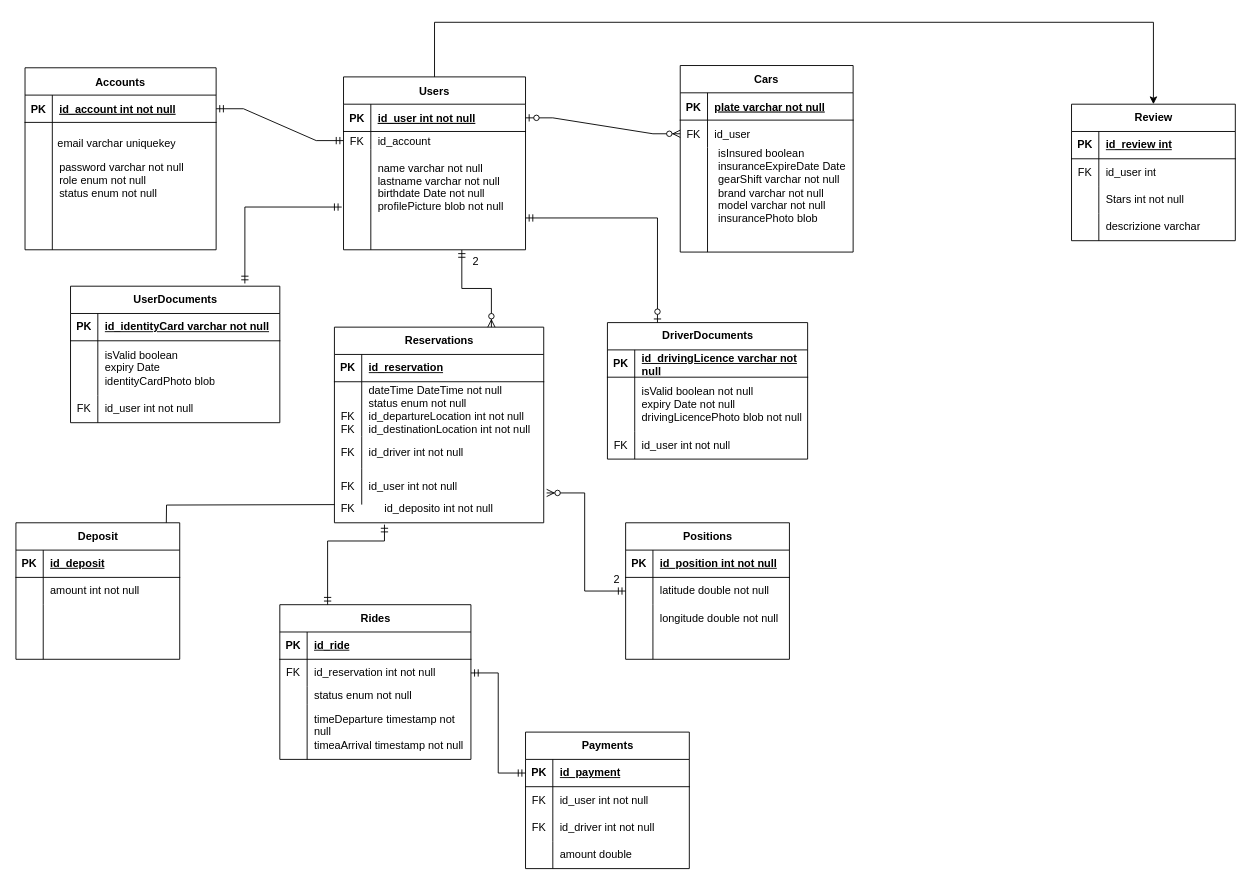
alfacorso2024Settembre/MyPersonalDriver keeps this draw.io diagram as Documentazione/Entity-Relation/ERDiagramDetailed.drawio. Above is the earlier version. Source tidied: cells renumbered, new cells numbered last; positions are measured from the earlier drawing's top-left corner, leaving out a move shared by most shapes. Both pictures are drawn from the tidied source at 91%, with x=0, y=0 at pixel (15, 22).
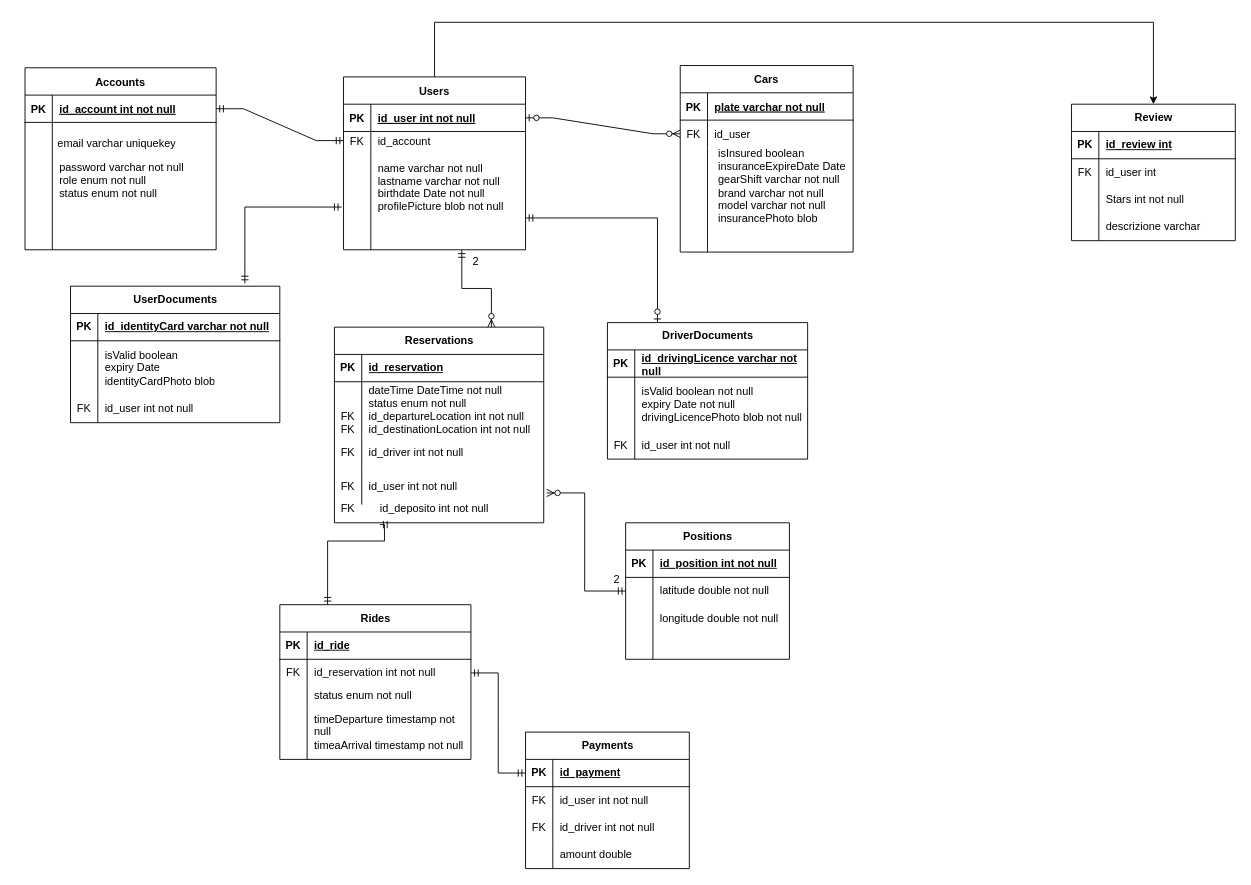
Above is the later version.

Commit message:
deposit attribute

Diff of the diagram source:
```diff
@@
-    <mxCell id="127" style="edgeStyle=orthogonalEdgeStyle;rounded=0;orthogonalLoop=1;jettySize=auto;html=1;entryX=1;entryY=0.5;entryDx=0;entryDy=0;" parent="1" edge="1">
-      <mxGeometry relative="1" as="geometry">
-        <mxPoint x="350" y="530" as="sourcePoint" />
-        <mxPoint x="165" y="575" as="targetPoint" />
-      </mxGeometry>
-    </mxCell>
@@
     <mxCell id="129" value="id_deposito int not null" style="text;html=1;align=center;verticalAlign=middle;whiteSpace=wrap;rounded=0;" parent="1" vertex="1">
-      <mxGeometry x="380" y="520" width="170" height="30" as="geometry" />
+      <mxGeometry x="375" y="520" width="170" height="30" as="geometry" />
     </mxCell>
-    <mxCell id="130" value="Deposit" style="shape=table;startSize=30;childLayout=tableLayout;rowLines=0;fontStyle=1;align=center;html=1;" parent="1" vertex="1">
-      <mxGeometry y="550" width="180" height="150" as="geometry" />
-    </mxCell>
-    <mxCell id="131" style="shape=tableRow;horizontal=0;startSize=0;swimlaneHead=0;swimlaneBody=0;fillColor=none;top=0;left=0;right=0;bottom=1;" parent="130" vertex="1">
-      <mxGeometry y="30" width="180" height="30" as="geometry" />
-    </mxCell>
-    <mxCell id="132" value="PK" style="shape=partialRectangle;fillColor=none;top=0;left=0;bottom=0;right=0;fontStyle=1;overflow=hidden;whiteSpace=wrap;html=1;" parent="131" vertex="1">
-      <mxGeometry width="30" height="30" as="geometry" />
-    </mxCell>
-    <mxCell id="133" value="id_deposit" style="shape=partialRectangle;fillColor=none;top=0;left=0;bottom=0;right=0;align=left;spacingLeft=6;fontStyle=5;overflow=hidden;whiteSpace=wrap;html=1;" parent="131" vertex="1">
-      <mxGeometry x="30" width="150" height="30" as="geometry" />
-    </mxCell>
-    <mxCell id="134" style="shape=tableRow;horizontal=0;startSize=0;swimlaneHead=0;swimlaneBody=0;fillColor=none;top=0;left=0;right=0;bottom=0;" parent="130" vertex="1">
-      <mxGeometry y="60" width="180" height="30" as="geometry" />
-    </mxCell>
-    <mxCell id="135" style="shape=partialRectangle;fillColor=none;top=0;left=0;bottom=0;right=0;overflow=hidden;whiteSpace=wrap;html=1;" parent="134" vertex="1">
-      <mxGeometry width="30" height="30" as="geometry" />
-    </mxCell>
-    <mxCell id="136" value="amount int not null" style="shape=partialRectangle;fillColor=none;top=0;left=0;bottom=0;right=0;align=left;spacingLeft=6;overflow=hidden;whiteSpace=wrap;html=1;" parent="134" vertex="1">
-      <mxGeometry x="30" width="150" height="30" as="geometry" />
-    </mxCell>
-    <mxCell id="137" style="shape=tableRow;horizontal=0;startSize=0;swimlaneHead=0;swimlaneBody=0;fillColor=none;top=0;left=0;right=0;bottom=0;" parent="130" vertex="1">
-      <mxGeometry y="90" width="180" height="30" as="geometry" />
-    </mxCell>
-    <mxCell id="138" style="shape=partialRectangle;fillColor=none;top=0;left=0;bottom=0;right=0;overflow=hidden;whiteSpace=wrap;html=1;" parent="137" vertex="1">
-      <mxGeometry width="30" height="30" as="geometry" />
-    </mxCell>
-    <mxCell id="139" style="shape=partialRectangle;fillColor=none;top=0;left=0;bottom=0;right=0;align=left;spacingLeft=6;overflow=hidden;whiteSpace=wrap;html=1;" parent="137" vertex="1">
-      <mxGeometry x="30" width="150" height="30" as="geometry" />
-    </mxCell>
-    <mxCell id="140" style="shape=tableRow;horizontal=0;startSize=0;swimlaneHead=0;swimlaneBody=0;fillColor=none;top=0;left=0;right=0;bottom=0;" parent="130" vertex="1">
-      <mxGeometry y="120" width="180" height="30" as="geometry" />
-    </mxCell>
-    <mxCell id="141" style="shape=partialRectangle;fillColor=none;top=0;left=0;bottom=0;right=0;overflow=hidden;whiteSpace=wrap;html=1;" parent="140" vertex="1">
-      <mxGeometry width="30" height="30" as="geometry" />
-    </mxCell>
-    <mxCell id="142" style="shape=partialRectangle;fillColor=none;top=0;left=0;bottom=0;right=0;align=left;spacingLeft=6;overflow=hidden;whiteSpace=wrap;html=1;" parent="140" vertex="1">
-      <mxGeometry x="30" width="150" height="30" as="geometry" />
-    </mxCell>
```
